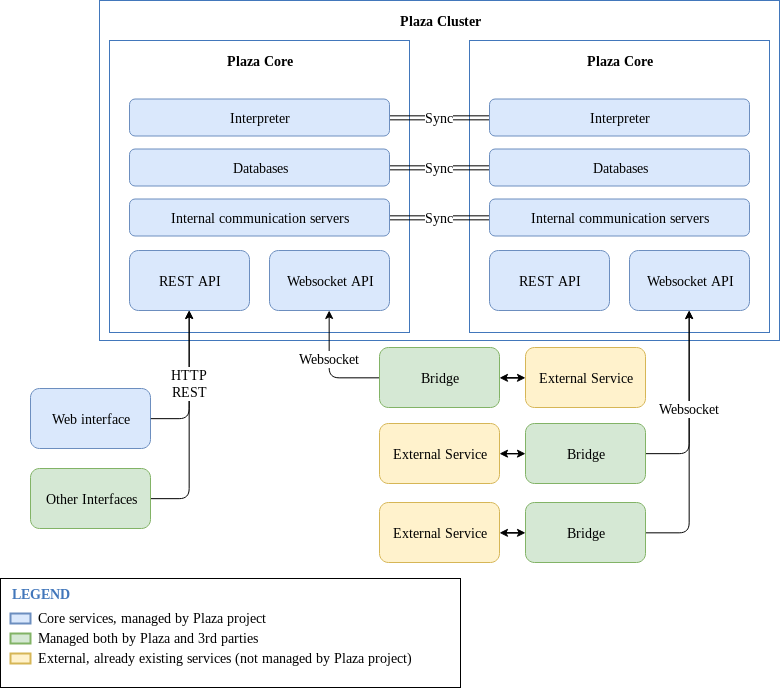
This is docs/architecture-overview.png from programaker-project/Programaker-Core, a draw.io export, as it was before one commit. Source tidied: cells renumbered, new cells last; positions are measured from the earlier drawing's top-left corner, leaving out a move shared by most shapes.
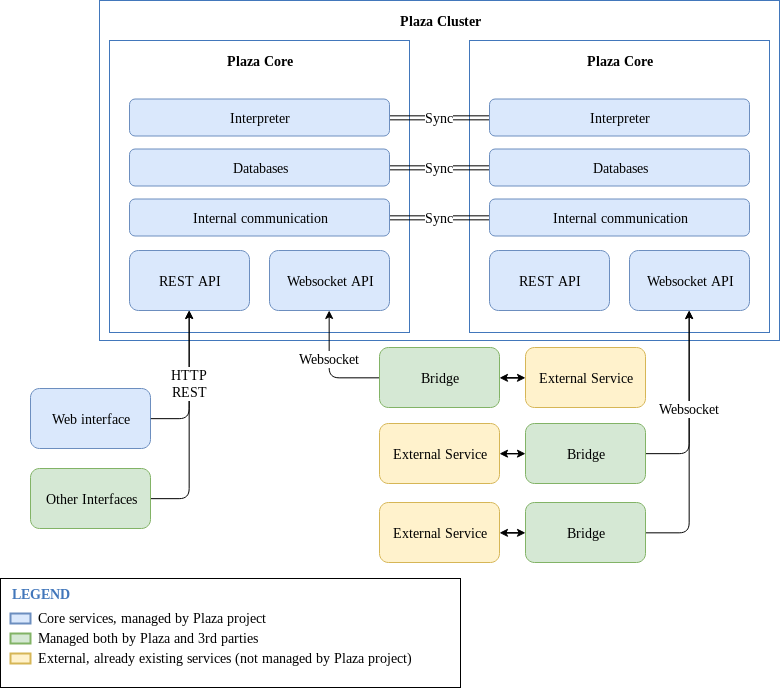
The same diagram one commit later.

Commit message:
Avoid ambiguous using "server" on network diagram

The meaning was "communication genserver", but it might be
interpreted as "physical machine".

The edit, as a diff of the source:
```diff
@@ -23,7 +23,7 @@
     <mxCell id="8" value="Sync" style="edgeStyle=orthogonalEdgeStyle;rounded=1;jettySize=auto;html=1;exitX=1;exitY=0.5;exitDx=0;exitDy=0;startArrow=classic;startFill=1;fontSize=14;fontColor=#000000;shape=link;" parent="1" edge="1" source="9" target="25">
       <mxGeometry relative="1" as="geometry" />
     </mxCell>
-    <mxCell id="9" value="Internal communication servers" style="rounded=1;whiteSpace=wrap;html=1;fontSize=14;fillColor=#dae8fc;strokeColor=#6c8ebf;" parent="1" vertex="1">
+    <mxCell id="9" value="&lt;div&gt;Internal communication&lt;/div&gt;" style="rounded=1;whiteSpace=wrap;html=1;fontSize=14;fillColor=#dae8fc;strokeColor=#6c8ebf;" parent="1" vertex="1">
       <mxGeometry x="129" y="198.5" width="260" height="37" as="geometry" />
     </mxCell>
     <mxCell id="10" value="Websocket API" style="rounded=1;whiteSpace=wrap;html=1;fontSize=14;fillColor=#dae8fc;strokeColor=#6c8ebf;" parent="1" vertex="1">
@@ -71,7 +71,7 @@
     <mxCell id="24" value="REST API" style="rounded=1;whiteSpace=wrap;html=1;fontSize=14;fillColor=#dae8fc;strokeColor=#6c8ebf;" parent="1" vertex="1">
       <mxGeometry x="489" y="250" width="120" height="60" as="geometry" />
     </mxCell>
-    <mxCell id="25" value="Internal communication servers" style="rounded=1;whiteSpace=wrap;html=1;fontSize=14;fillColor=#dae8fc;strokeColor=#6c8ebf;" parent="1" vertex="1">
+    <mxCell id="25" value="Internal communication" style="rounded=1;whiteSpace=wrap;html=1;fontSize=14;fillColor=#dae8fc;strokeColor=#6c8ebf;" parent="1" vertex="1">
       <mxGeometry x="489" y="198.5" width="260" height="37" as="geometry" />
     </mxCell>
     <mxCell id="26" value="Websocket API" style="rounded=1;whiteSpace=wrap;html=1;fontSize=14;fillColor=#dae8fc;strokeColor=#6c8ebf;" parent="1" vertex="1">
```
